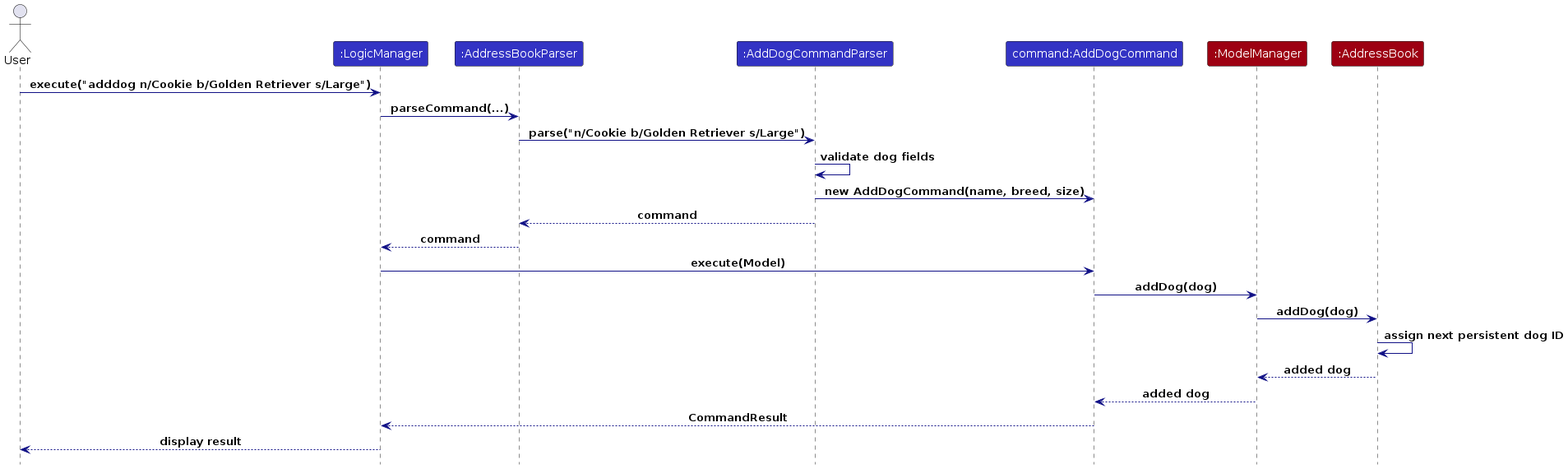
The PlantUML diagram diagrams/AddDogSequenceDiagram.png in AY2627S1-CS2103T-T15-4/tp, before a commit. Its source is kept beside it as diagrams/AddDogSequenceDiagram.puml. The source it was exported from:
```plantuml
@startuml
!include style.puml
skinparam arrowColor LOGIC_COLOR_T4

actor User
participant ":LogicManager" as Logic LOGIC_COLOR
participant ":AddressBookParser" as Router LOGIC_COLOR
participant ":AddDogCommandParser" as Parser LOGIC_COLOR
participant "command:AddDogCommand" as Command LOGIC_COLOR
participant ":ModelManager" as Model MODEL_COLOR
participant ":AddressBook" as Book MODEL_COLOR

User -> Logic : execute("adddog n/Cookie b/Golden Retriever s/Large")
Logic -> Router : parseCommand(...)
Router -> Parser : parse("n/Cookie b/Golden Retriever s/Large")
Parser -> Parser : validate dog fields
Parser -> Command : new AddDogCommand(name, breed, size)
Parser --> Router : command
Router --> Logic : command
Logic -> Command : execute(Model)
Command -> Model : addDog(dog)
Model -> Book : addDog(dog)
Book -> Book : assign next persistent dog ID
Book --> Model : added dog
Model --> Command : added dog
Command --> Logic : CommandResult
Logic --> User : display result
@enduml
```
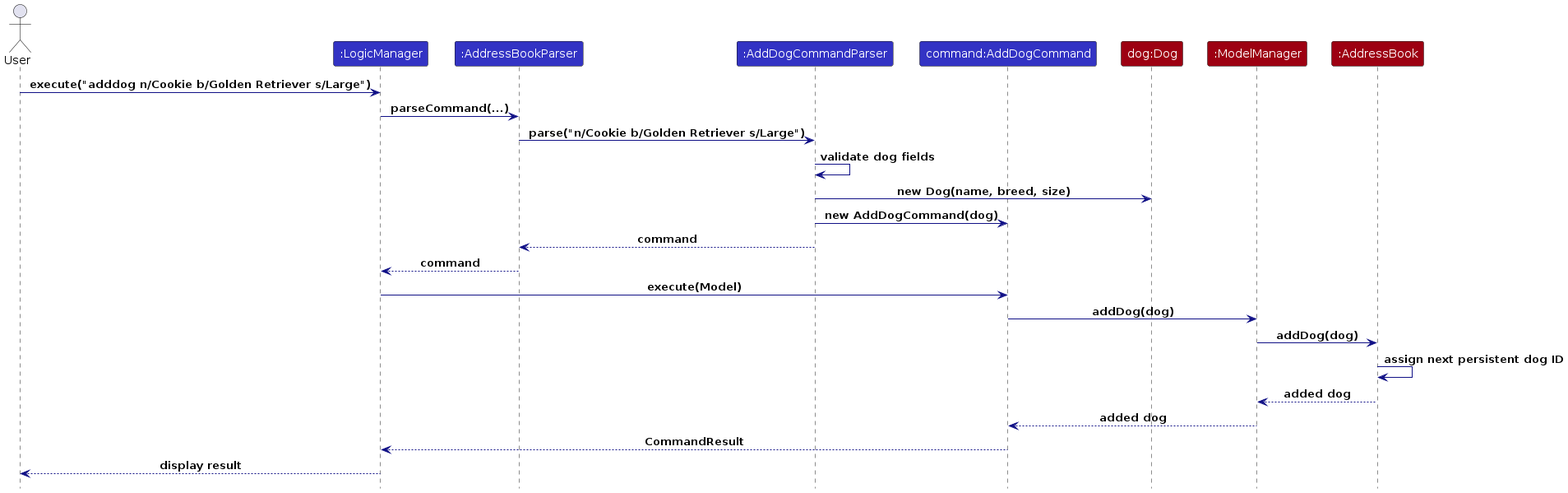
After the commit.

What changed in the source:
```diff
@@ -7,6 +7,7 @@
 participant ":AddressBookParser" as Router LOGIC_COLOR
 participant ":AddDogCommandParser" as Parser LOGIC_COLOR
 participant "command:AddDogCommand" as Command LOGIC_COLOR
+participant "dog:Dog" as Dog MODEL_COLOR
 participant ":ModelManager" as Model MODEL_COLOR
 participant ":AddressBook" as Book MODEL_COLOR
 
@@ -14,7 +15,8 @@
 Logic -> Router : parseCommand(...)
 Router -> Parser : parse("n/Cookie b/Golden Retriever s/Large")
 Parser -> Parser : validate dog fields
-Parser -> Command : new AddDogCommand(name, breed, size)
+Parser -> Dog : new Dog(name, breed, size)
+Parser -> Command : new AddDogCommand(dog)
 Parser --> Router : command
 Router --> Logic : command
 Logic -> Command : execute(Model)
```
